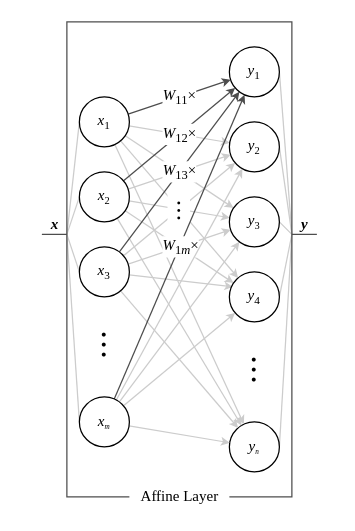
Earlier version of the draw.io diagram page "affine" (1 of 2) of img/layers.drawio (dragoon8192/LaundryTag). Source tidied: cells renumbered, new cells numbered last; positions are measured from the earlier drawing's top-left corner, leaving out a move shared by most shapes. Both pictures are drawn from the tidied source at 125%, with x=0, y=0 at pixel (41, 21).
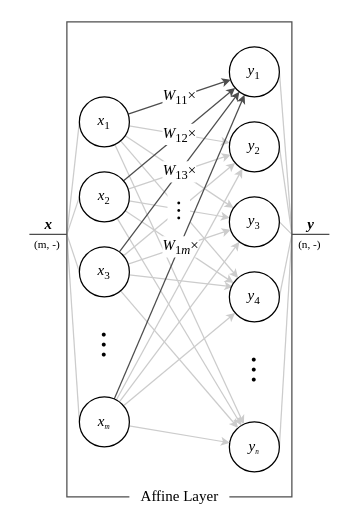
After the change.

Commit message:
layers.drawio を更新します

Diff of the diagram source:
```diff
@@
     <mxCell id="37" value="&lt;b&gt;&lt;i&gt;x&lt;/i&gt;&lt;/b&gt;" style="endArrow=none;html=1;rounded=0;labelBackgroundColor=default;sketch=0;strokeColor=#4D4D4D;strokeWidth=1;fontFamily=Times New Roman;fontSize=12;fontColor=default;startSize=4;endSize=4;sourcePerimeterSpacing=0;targetPerimeterSpacing=0;shape=connector;jumpStyle=none;jumpSize=4;spacing=1;spacingLeft=0;labelBorderColor=none;verticalAlign=bottom;labelPosition=center;verticalLabelPosition=middle;align=center;" parent="1" edge="1">
       <mxGeometry relative="1" as="geometry">
-        <mxPoint y="170" as="sourcePoint" />
+        <mxPoint x="-10" y="170" as="sourcePoint" />
         <mxPoint x="20" y="170" as="targetPoint" />
         <Array as="points">
           <mxPoint x="10" y="170" />
         </Array>
       </mxGeometry>
     </mxCell>
@@
     <mxCell id="40" value="&lt;b&gt;&lt;i&gt;y&lt;/i&gt;&lt;/b&gt;" style="endArrow=none;html=1;rounded=0;labelBackgroundColor=default;sketch=0;strokeColor=#4D4D4D;strokeWidth=1;fontFamily=Times New Roman;fontSize=12;fontColor=default;startSize=4;endSize=4;sourcePerimeterSpacing=0;targetPerimeterSpacing=0;shape=connector;jumpStyle=none;jumpSize=4;spacing=1;spacingLeft=0;labelBorderColor=none;verticalAlign=bottom;" parent="1" edge="1">
       <mxGeometry relative="1" as="geometry">
         <mxPoint x="200" y="170" as="sourcePoint" />
-        <mxPoint x="220" y="170" as="targetPoint" />
+        <mxPoint x="230" y="170" as="targetPoint" />
         <Array as="points">
           <mxPoint x="210" y="170" />
         </Array>
       </mxGeometry>
     </mxCell>
@@
+    <mxCell id="49" value="&lt;font style=&quot;font-size: 9px;&quot;&gt;(m, -)&lt;/font&gt;" style="text;html=1;align=center;verticalAlign=middle;strokeColor=none;fillColor=none;fontSize=18;fontFamily=Times New Roman;spacing=0;labelBackgroundColor=none;" parent="1" vertex="1">
+      <mxGeometry x="-16" y="160" width="40" height="30" as="geometry" />
+    </mxCell>
+    <mxCell id="50" value="&lt;font style=&quot;font-size: 9px;&quot;&gt;(n, -)&lt;/font&gt;" style="text;html=1;align=center;verticalAlign=middle;strokeColor=none;fillColor=none;fontSize=18;fontFamily=Times New Roman;spacing=0;labelBackgroundColor=none;" parent="1" vertex="1">
+      <mxGeometry x="194" y="160" width="40" height="30" as="geometry" />
+    </mxCell>
```
